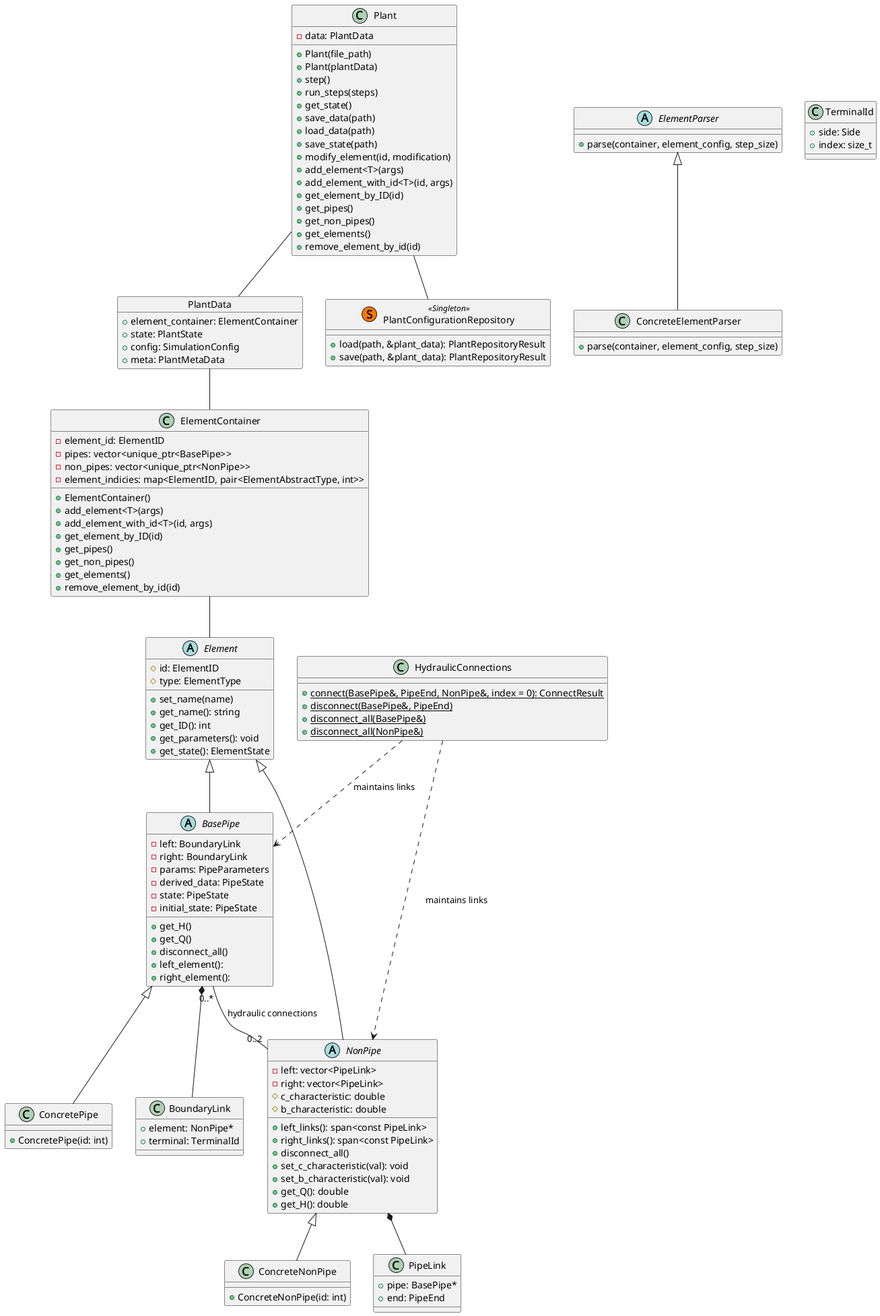
Before: assets/system_architecture.png, a diagram exported from PlantUML (LVTrans/LVTransCore).
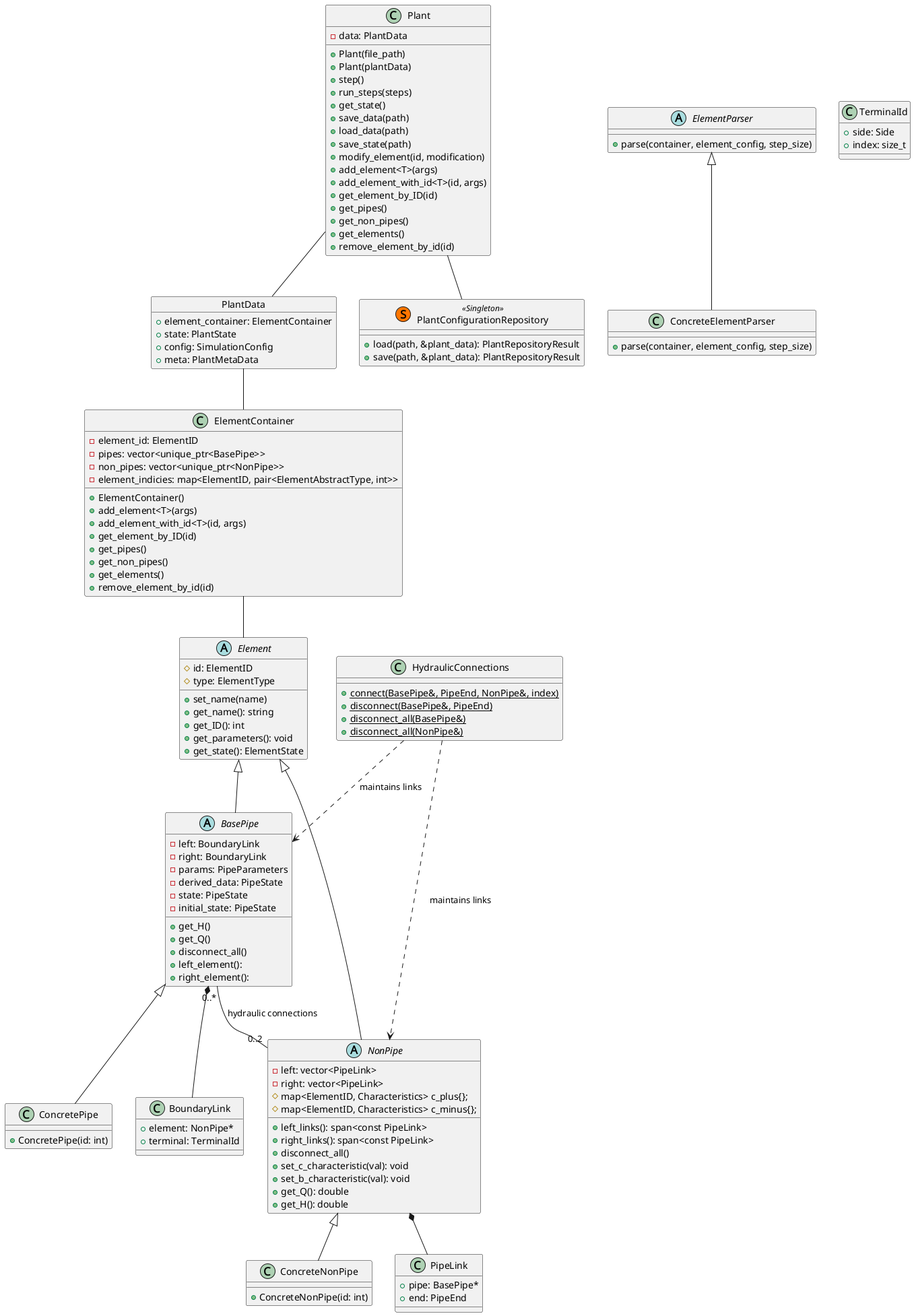
After the commit.

What changed in the source:
```diff
@@ -14,11 +14,11 @@
 abstract class NonPipe {
   - left: vector<PipeLink>
   - right: vector<PipeLink>
+  # map<ElementID, Characteristics> c_plus{};
+  # map<ElementID, Characteristics> c_minus{};
   + left_links(): span<const PipeLink>
   + right_links(): span<const PipeLink>
   + disconnect_all()
-  # c_characteristic: double
-  # b_characteristic: double
   + set_c_characteristic(val): void
   + set_b_characteristic(val): void
   + get_Q(): double
@@ -111,7 +111,7 @@
 
 
 class HydraulicConnections {
-  {static} + connect(BasePipe&, PipeEnd, NonPipe&, index = 0): ConnectResult
+  {static} + connect(BasePipe&, PipeEnd, NonPipe&, index)
   {static} + disconnect(BasePipe&, PipeEnd)
   {static} + disconnect_all(BasePipe&)
   {static} + disconnect_all(NonPipe&)
```
